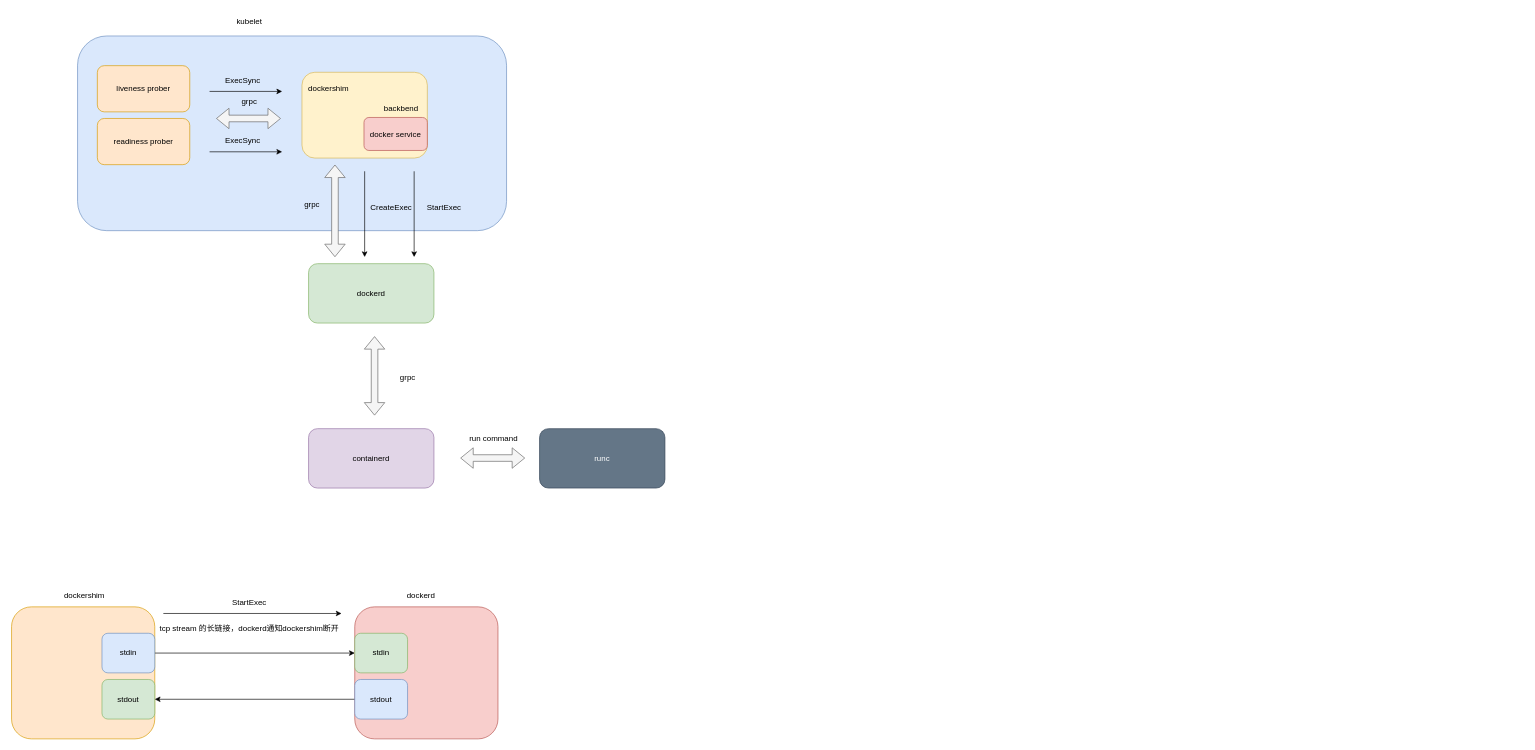
Earlier version of the draw.io diagram page "第 12 页" (12 of 12) of kubelet/kubelet.drawio (jingrenzhou/drawio). Source tidied: cells renumbered, new cells numbered last; positions are measured from the earlier drawing's top-left corner, leaving out a move shared by most shapes. Both pictures are drawn from the tidied source at 66%, with x=0, y=0 at pixel (11, 11).
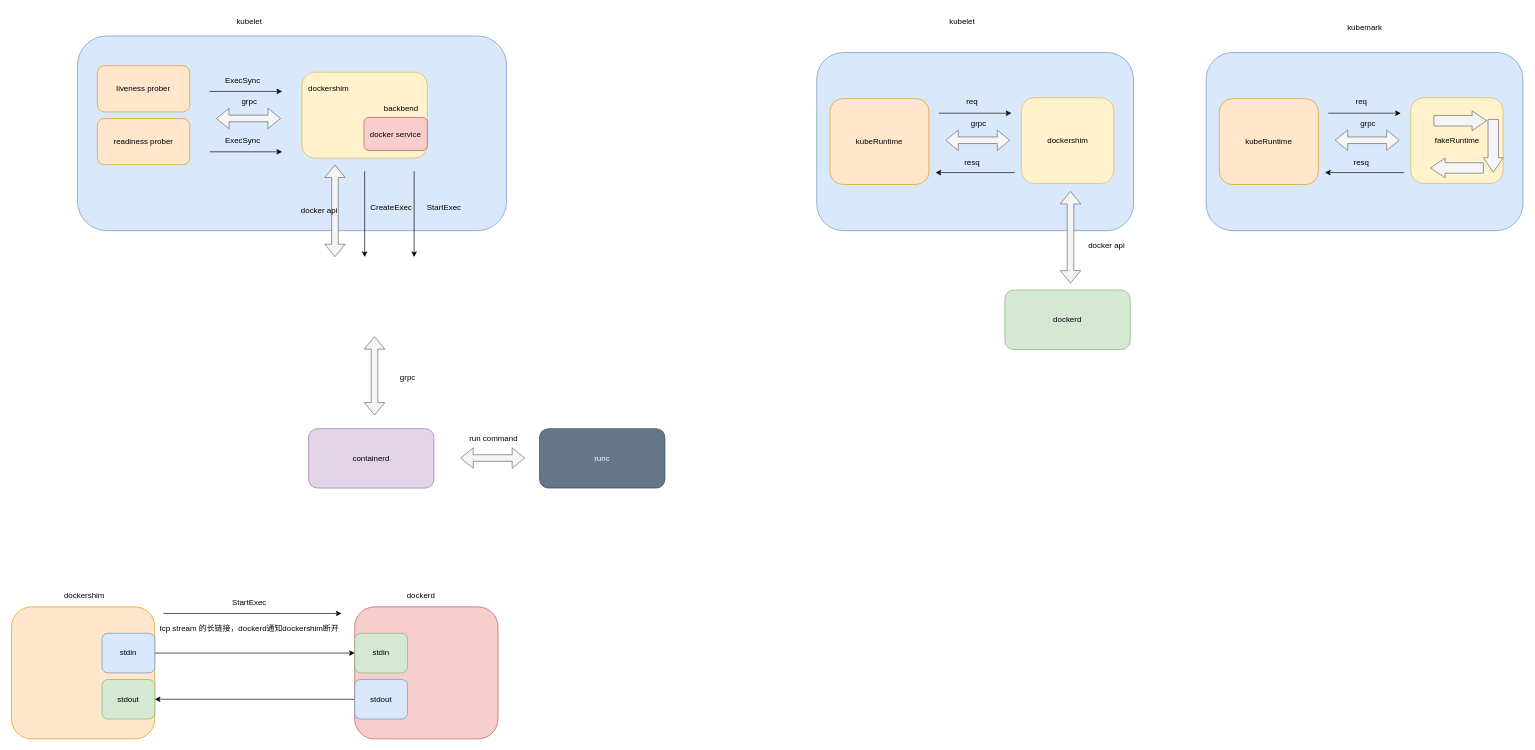
After the change.

What changed in the source:
```diff
@@
     <mxCell id="4" value="dockerd" style="rounded=1;whiteSpace=wrap;html=1;fillColor=#d5e8d4;strokeColor=#82b366;" parent="1" vertex="1">
-      <mxGeometry x="450" y="382" width="190" height="90" as="geometry" />
+      <mxGeometry x="1505" y="422" width="190" height="90" as="geometry" />
     </mxCell>
@@
-    <mxCell id="18" value="grpc" style="text;html=1;align=center;verticalAlign=middle;strokeColor=none;fillColor=none;" parent="1" vertex="1">
-      <mxGeometry x="430" y="277" width="50" height="30" as="geometry" />
+    <mxCell id="18" value="docker api" style="text;html=1;align=center;verticalAlign=middle;strokeColor=none;fillColor=none;" parent="1" vertex="1">
+      <mxGeometry x="1622" y="342" width="73" height="26" as="geometry" />
     </mxCell>
@@
+    <mxCell id="42" style="rounded=1;whiteSpace=wrap;html=1;fillColor=#dae8fc;strokeColor=#6c8ebf;" parent="1" vertex="1">
+      <mxGeometry x="1220" y="62" width="480" height="270" as="geometry" />
+    </mxCell>
+    <mxCell id="43" style="rounded=1;whiteSpace=wrap;html=1;fillColor=#fff2cc;strokeColor=#d6b656;" parent="1" vertex="1">
+      <mxGeometry x="1530" y="130.5" width="140" height="130" as="geometry" />
+    </mxCell>
+    <mxCell id="44" value="dockershim" style="text;html=1;align=center;verticalAlign=middle;strokeColor=none;fillColor=none;" parent="1" vertex="1">
+      <mxGeometry x="1560" y="180.5" width="80" height="30" as="geometry" />
+    </mxCell>
+    <mxCell id="45" value="kubeRuntime" style="rounded=1;whiteSpace=wrap;html=1;fillColor=#ffe6cc;strokeColor=#d79b00;" parent="1" vertex="1">
+      <mxGeometry x="1240" y="132" width="150" height="130" as="geometry" />
+    </mxCell>
+    <mxCell id="46" style="shape=flexArrow;endArrow=classic;startArrow=classic;html=1;rounded=0;fillColor=#f5f5f5;strokeColor=#666666;" parent="1" edge="1">
+      <mxGeometry relative="1" as="geometry">
+        <mxPoint x="1415" y="195" as="sourcePoint" />
+        <mxPoint x="1513" y="195" as="targetPoint" />
+      </mxGeometry>
+    </mxCell>
+    <mxCell id="47" value="grpc" style="text;html=1;align=center;verticalAlign=middle;strokeColor=none;fillColor=none;" parent="1" vertex="1">
+      <mxGeometry x="1440" y="155" width="50" height="30" as="geometry" />
+    </mxCell>
+    <mxCell id="48" value="resq" style="text;html=1;align=center;verticalAlign=middle;strokeColor=none;fillColor=none;" parent="1" vertex="1">
+      <mxGeometry x="1430" y="213.5" width="50" height="30" as="geometry" />
+    </mxCell>
+    <mxCell id="49" style="endArrow=classic;html=1;rounded=0;" parent="1" edge="1">
+      <mxGeometry relative="1" as="geometry">
+        <mxPoint x="1405" y="154" as="sourcePoint" />
+        <mxPoint x="1515" y="154" as="targetPoint" />
+      </mxGeometry>
+    </mxCell>
+    <mxCell id="50" value="req" style="text;html=1;align=center;verticalAlign=middle;strokeColor=none;fillColor=none;" parent="1" vertex="1">
+      <mxGeometry x="1435" y="122" width="40" height="30" as="geometry" />
+    </mxCell>
+    <mxCell id="51" style="shape=flexArrow;endArrow=classic;startArrow=classic;html=1;rounded=0;fillColor=#f5f5f5;strokeColor=#666666;" parent="1" edge="1">
+      <mxGeometry relative="1" as="geometry">
+        <mxPoint x="1604.5" y="412" as="sourcePoint" />
+        <mxPoint x="1604.5" y="272" as="targetPoint" />
+      </mxGeometry>
+    </mxCell>
+    <mxCell id="52" value="docker api" style="text;html=1;align=center;verticalAlign=middle;strokeColor=none;fillColor=none;" parent="1" vertex="1">
+      <mxGeometry x="429" y="289" width="73" height="26" as="geometry" />
+    </mxCell>
+    <mxCell id="53" style="endArrow=classic;html=1;rounded=0;" parent="1" edge="1">
+      <mxGeometry relative="1" as="geometry">
+        <mxPoint x="1520" y="244" as="sourcePoint" />
+        <mxPoint x="1400" y="244" as="targetPoint" />
+      </mxGeometry>
+    </mxCell>
+    <mxCell id="54" style="rounded=1;whiteSpace=wrap;html=1;fillColor=#dae8fc;strokeColor=#6c8ebf;" parent="1" vertex="1">
+      <mxGeometry x="1810" y="62" width="480" height="270" as="geometry" />
+    </mxCell>
+    <mxCell id="55" style="rounded=1;whiteSpace=wrap;html=1;fillColor=#fff2cc;strokeColor=#d6b656;" parent="1" vertex="1">
+      <mxGeometry x="2120" y="130.5" width="140" height="130" as="geometry" />
+    </mxCell>
+    <mxCell id="56" value="fakeRuntime" style="text;html=1;align=center;verticalAlign=middle;strokeColor=none;fillColor=none;" parent="1" vertex="1">
+      <mxGeometry x="2145" y="180.5" width="90" height="30" as="geometry" />
+    </mxCell>
+    <mxCell id="57" value="kubeRuntime" style="rounded=1;whiteSpace=wrap;html=1;fillColor=#ffe6cc;strokeColor=#d79b00;" parent="1" vertex="1">
+      <mxGeometry x="1830" y="132" width="150" height="130" as="geometry" />
+    </mxCell>
+    <mxCell id="58" style="shape=flexArrow;endArrow=classic;startArrow=classic;html=1;rounded=0;fillColor=#f5f5f5;strokeColor=#666666;" parent="1" edge="1">
+      <mxGeometry relative="1" as="geometry">
+        <mxPoint x="2005" y="195" as="sourcePoint" />
+        <mxPoint x="2103" y="195" as="targetPoint" />
+      </mxGeometry>
+    </mxCell>
+    <mxCell id="59" value="grpc" style="text;html=1;align=center;verticalAlign=middle;strokeColor=none;fillColor=none;" parent="1" vertex="1">
+      <mxGeometry x="2030" y="155" width="50" height="30" as="geometry" />
+    </mxCell>
+    <mxCell id="60" value="resq" style="text;html=1;align=center;verticalAlign=middle;strokeColor=none;fillColor=none;" parent="1" vertex="1">
+      <mxGeometry x="2020" y="213.5" width="50" height="30" as="geometry" />
+    </mxCell>
+    <mxCell id="61" style="endArrow=classic;html=1;rounded=0;" parent="1" edge="1">
+      <mxGeometry relative="1" as="geometry">
+        <mxPoint x="1995" y="154" as="sourcePoint" />
+        <mxPoint x="2105" y="154" as="targetPoint" />
+      </mxGeometry>
+    </mxCell>
+    <mxCell id="62" value="req" style="text;html=1;align=center;verticalAlign=middle;strokeColor=none;fillColor=none;" parent="1" vertex="1">
+      <mxGeometry x="2025" y="122" width="40" height="30" as="geometry" />
+    </mxCell>
+    <mxCell id="63" style="endArrow=classic;html=1;rounded=0;" parent="1" edge="1">
+      <mxGeometry relative="1" as="geometry">
+        <mxPoint x="2110" y="244" as="sourcePoint" />
+        <mxPoint x="1990" y="244" as="targetPoint" />
+      </mxGeometry>
+    </mxCell>
+    <mxCell id="64" style="html=1;shadow=0;dashed=0;align=center;verticalAlign=middle;shape=mxgraph.arrows2.arrow;dy=0.47;dx=22;notch=0;fillColor=#f5f5f5;fontColor=#333333;strokeColor=#666666;" parent="1" vertex="1">
+      <mxGeometry x="2155" y="150.5" width="80" height="30" as="geometry" />
+    </mxCell>
+    <mxCell id="65" style="html=1;shadow=0;dashed=0;align=center;verticalAlign=middle;shape=mxgraph.arrows2.arrow;dy=0.47;dx=22;notch=0;direction=west;fillColor=#f5f5f5;fontColor=#333333;strokeColor=#666666;" parent="1" vertex="1">
+      <mxGeometry x="2150" y="222" width="80" height="30" as="geometry" />
+    </mxCell>
+    <mxCell id="66" style="html=1;shadow=0;dashed=0;align=center;verticalAlign=middle;shape=mxgraph.arrows2.arrow;dy=0.47;dx=22;notch=0;direction=south;fillColor=#f5f5f5;fontColor=#333333;strokeColor=#666666;" parent="1" vertex="1">
+      <mxGeometry x="2230" y="163.5" width="30" height="80" as="geometry" />
+    </mxCell>
+    <mxCell id="67" value="kubelet" style="text;html=1;align=center;verticalAlign=middle;strokeColor=none;fillColor=none;" parent="1" vertex="1">
+      <mxGeometry x="1410" width="60" height="30" as="geometry" />
+    </mxCell>
+    <mxCell id="68" value="kubemark" style="text;html=1;align=center;verticalAlign=middle;strokeColor=none;fillColor=none;" parent="1" vertex="1">
+      <mxGeometry x="2010" y="10" width="80" height="30" as="geometry" />
+    </mxCell>
```
